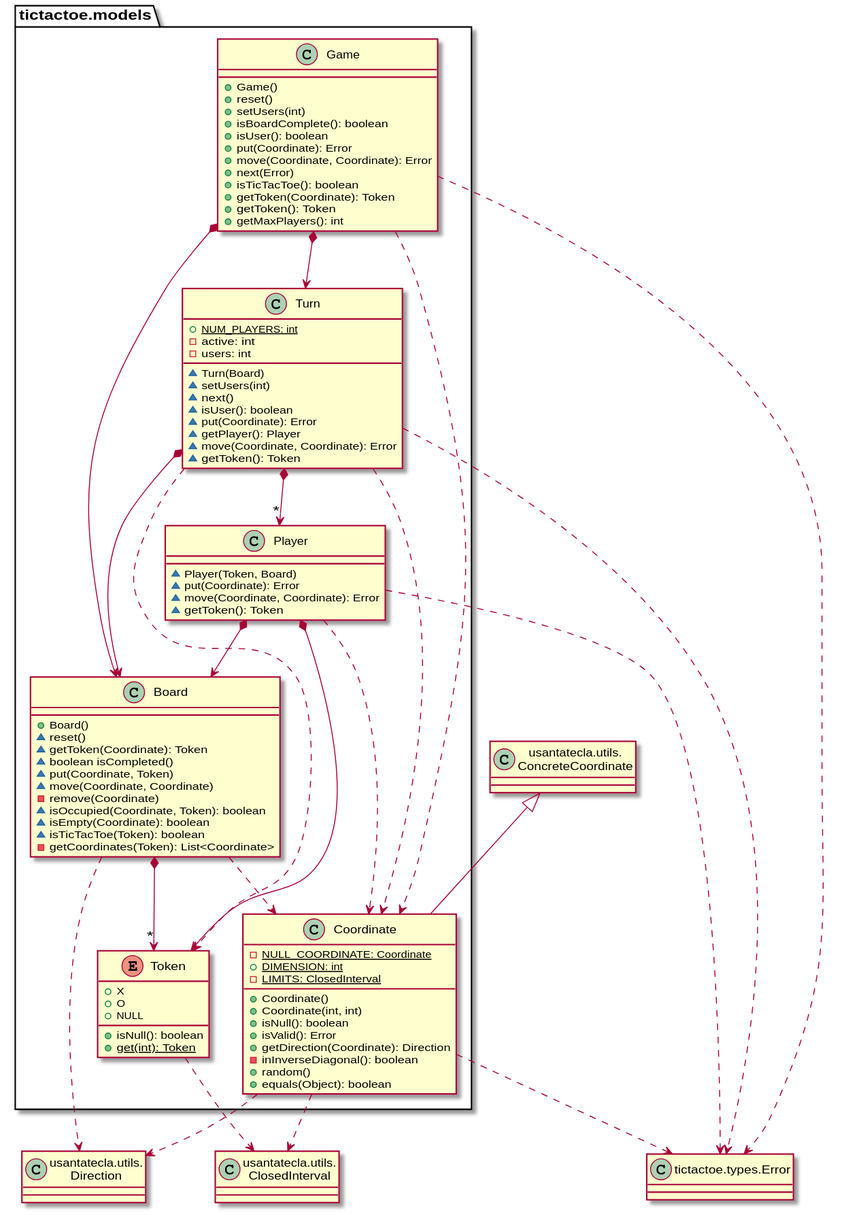
The PlantUML diagram modelViewPresenter/presentationModel/withFacade/docs/diagrams/out/paquetes/paqueteTicTactoeModels.svg in Jolucaa/USantaTecla-project-ticTacToe, before a commit.
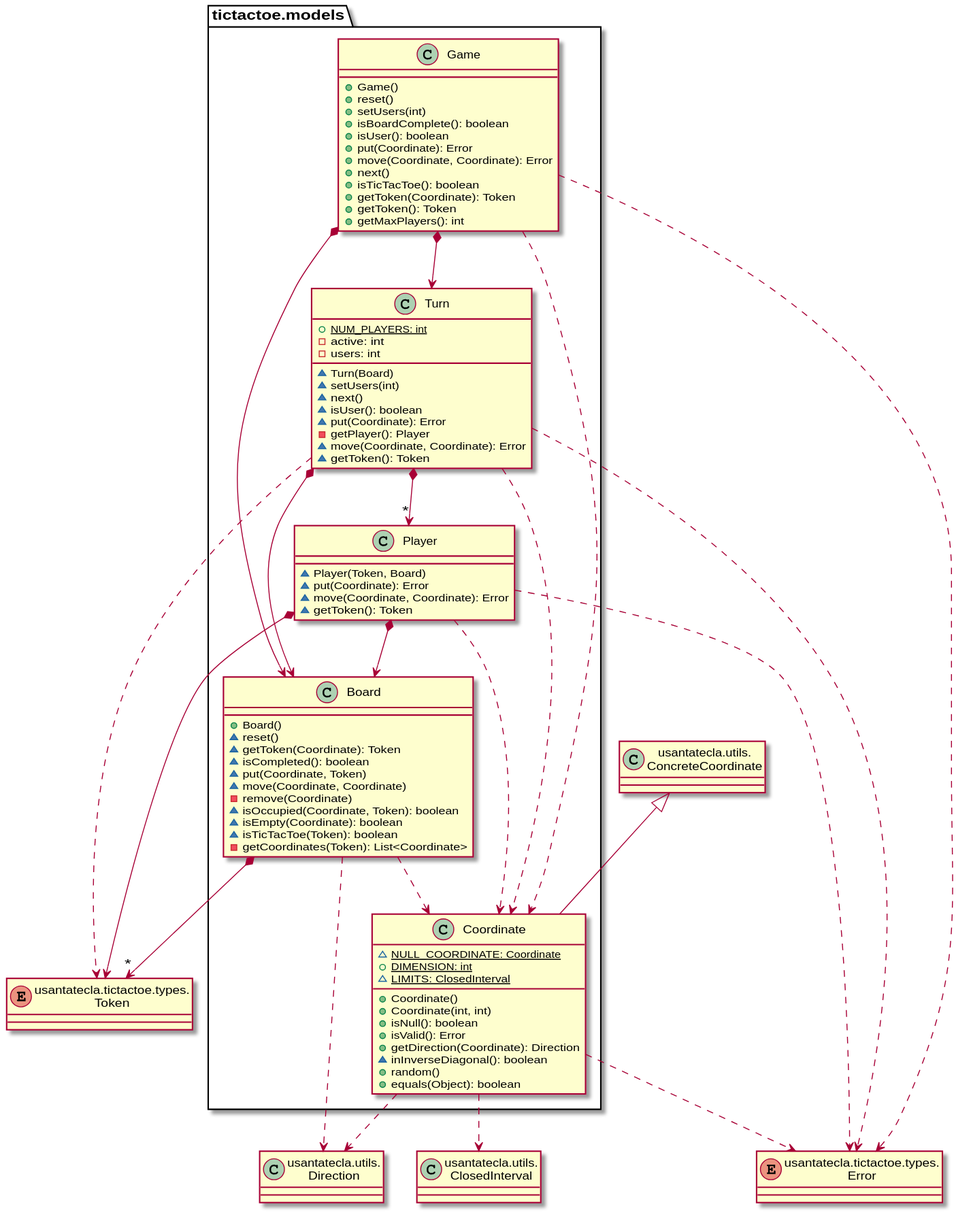
After the commit.

What changed in the source:
```diff
@@ -2,101 +2,92 @@
 class ClosedInterval as "usantatecla.utils.\nClosedInterval" {}
 class ConcreteCoordinate as "usantatecla.utils.\nConcreteCoordinate" {}
 class Direction as "usantatecla.utils.\nDirection" {}
-class Error as "tictactoe.types.Error" {}
+enum Error as "usantatecla.tictactoe.types.\nError" {}
+enum Token as "usantatecla.tictactoe.types.\nToken" {}
 
-class  tictactoe.models.Board{
-+ Board()
-~ reset()
-~ getToken(Coordinate): Token
-~ boolean isCompleted()
-~ put(Coordinate, Token)
-~ move(Coordinate, Coordinate)
-- remove(Coordinate)
-~ isOccupied(Coordinate, Token): boolean
-~ isEmpty(Coordinate): boolean
-~ isTicTacToe(Token): boolean
-- getCoordinates(Token): List<Coordinate>
+class tictactoe.models.Game {
+  + Game()
+  + reset()
+  + setUsers(int)
+  + isBoardComplete(): boolean
+  + isUser(): boolean
+  + put(Coordinate): Error
+  + move(Coordinate, Coordinate): Error
+  + next()
+  + isTicTacToe(): boolean
+  + getToken(Coordinate): Token
+  + getToken(): Token
+  + getMaxPlayers(): int
+}
+tictactoe.models.Game *-down-> tictactoe.models.Board
+tictactoe.models.Game *-down-> tictactoe.models.Turn
+tictactoe.models.Game .down.> tictactoe.models.Coordinate
+tictactoe.models.Game .down.> Error
+
+class tictactoe.models.Board {
+  + Board()
+  ~ reset()
+  ~ getToken(Coordinate): Token
+  ~ isCompleted(): boolean
+  ~ put(Coordinate, Token)
+  ~ move(Coordinate, Coordinate)
+  - remove(Coordinate)
+  ~ isOccupied(Coordinate, Token): boolean
+  ~ isEmpty(Coordinate): boolean
+  ~ isTicTacToe(Token): boolean
+  - getCoordinates(Token): List<Coordinate>
 }
 
-tictactoe.models.Board *-down-> "*" tictactoe.models.Token
+tictactoe.models.Board *-down-> "*" Token
 tictactoe.models.Board .down.> tictactoe.models.Coordinate
 tictactoe.models.Board .down.> Direction
 
-class  tictactoe.models.Coordinate{
-- {static} NULL_COORDINATE: Coordinate
-+ {static} DIMENSION: int
-- {static} LIMITS: ClosedInterval
-+ Coordinate()
-+ Coordinate(int, int)
-+ isNull(): boolean
-+ isValid(): Error
-+ getDirection(Coordinate): Direction
-- inInverseDiagonal(): boolean
-+ random()
-+ equals(Object): boolean
+class tictactoe.models.Turn {
+  + {static} NUM_PLAYERS: int
+  - active: int
+  - users: int
+  ~ Turn(Board)
+  ~ setUsers(int)
+  ~ next()
+  ~ isUser(): boolean
+  ~ put(Coordinate): Error
+  - getPlayer(): Player
+  ~ move(Coordinate, Coordinate): Error
+  ~ getToken(): Token
+}
+
+tictactoe.models.Turn *-down-> "*" tictactoe.models.Player
+tictactoe.models.Turn *-down-> tictactoe.models.Board
+tictactoe.models.Turn .down.-> tictactoe.models.Coordinate
+tictactoe.models.Turn .down.-> Token
+tictactoe.models.Turn .down.-> Error
+
+class tictactoe.models.Coordinate {
+  ~ {static} NULL_COORDINATE: Coordinate
+  + {static} DIMENSION: int
+  ~ {static} LIMITS: ClosedInterval
+  + Coordinate()
+  + Coordinate(int, int)
+  + isNull(): boolean
+  + isValid(): Error
+  + getDirection(Coordinate): Direction
+  ~ inInverseDiagonal(): boolean
+  + random()
+  + equals(Object): boolean
 }
 ConcreteCoordinate <|-down- tictactoe.models.Coordinate
 tictactoe.models.Coordinate .down.> Error
 tictactoe.models.Coordinate .down.> Direction
 tictactoe.models.Coordinate .down.> ClosedInterval
 
-class  tictactoe.models.Game{
-+ Game()
-+ reset()
-+ setUsers(int)
-+ isBoardComplete(): boolean
-+ isUser(): boolean
-+ put(Coordinate): Error
-+ move(Coordinate, Coordinate): Error
-+ next(Error)
-+ isTicTacToe(): boolean
-+ getToken(Coordinate): Token
-+ getToken(): Token
-+ getMaxPlayers(): int
+class tictactoe.models.Player{
+  ~ Player(Token, Board)
+  ~ put(Coordinate): Error
+  ~ move(Coordinate, Coordinate): Error
+  ~ getToken(): Token
 }
-tictactoe.models.Game *-down-> tictactoe.models.Board
-tictactoe.models.Game *-down-> tictactoe.models.Turn
-tictactoe.models.Game .down.> tictactoe.models.Coordinate
-tictactoe.models.Game .down.> Error
-
-class  tictactoe.models.Player{
-~ Player(Token, Board)
-~ put(Coordinate): Error
-~ move(Coordinate, Coordinate): Error
-~ getToken(): Token
-}
-tictactoe.models.Player *-down-> tictactoe.models.Token
+tictactoe.models.Player *-down-> Token
 tictactoe.models.Player *-down-> tictactoe.models.Board
 tictactoe.models.Player .down.> tictactoe.models.Coordinate
 tictactoe.models.Player .down.> Error
-
-enum  tictactoe.models.Token{
-+ X
-+ O
-+ NULL
-+ isNull(): boolean
-+ {static} get(int): Token
-}
-
-tictactoe.models.Token .down.> ClosedInterval
-
-class  tictactoe.models.Turn{
-+ {static} NUM_PLAYERS: int
-- active: int
-- users: int
-~ Turn(Board)
-~ setUsers(int)
-~ next()
-~ isUser(): boolean
-~ put(Coordinate): Error
-~ getPlayer(): Player
-~ move(Coordinate, Coordinate): Error
-~ getToken(): Token
-}
-
-tictactoe.models.Turn *-down-> "*" tictactoe.models.Player
-tictactoe.models.Turn *-down-> tictactoe.models.Board
-tictactoe.models.Turn .down.-> tictactoe.models.Token
-tictactoe.models.Turn .down.-> tictactoe.models.Coordinate
-tictactoe.models.Turn .down.-> Error
 @enduml
```
